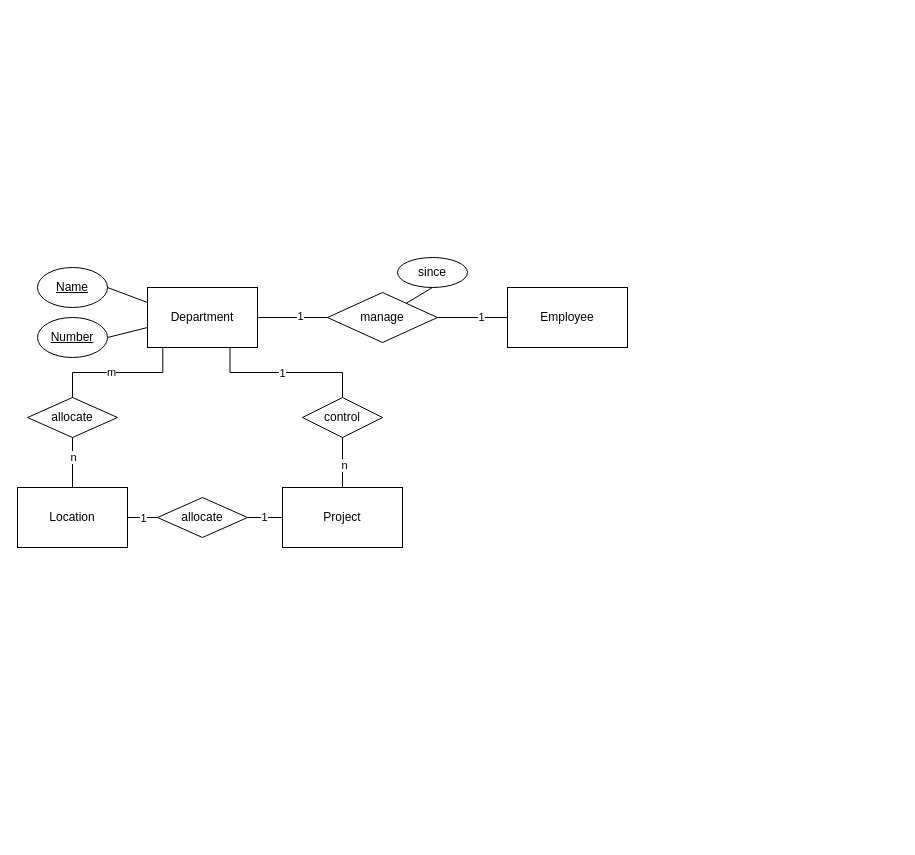
This is Construction company.drawio from nuo-li/Examples, a draw.io file, before an edit. Source tidied: cells renumbered, new cells numbered last; positions are measured from the earlier drawing's top-left corner, leaving out a move shared by most shapes. Both pictures are drawn from the tidied source at 100%, with x=0, y=0 at pixel (17, 257).
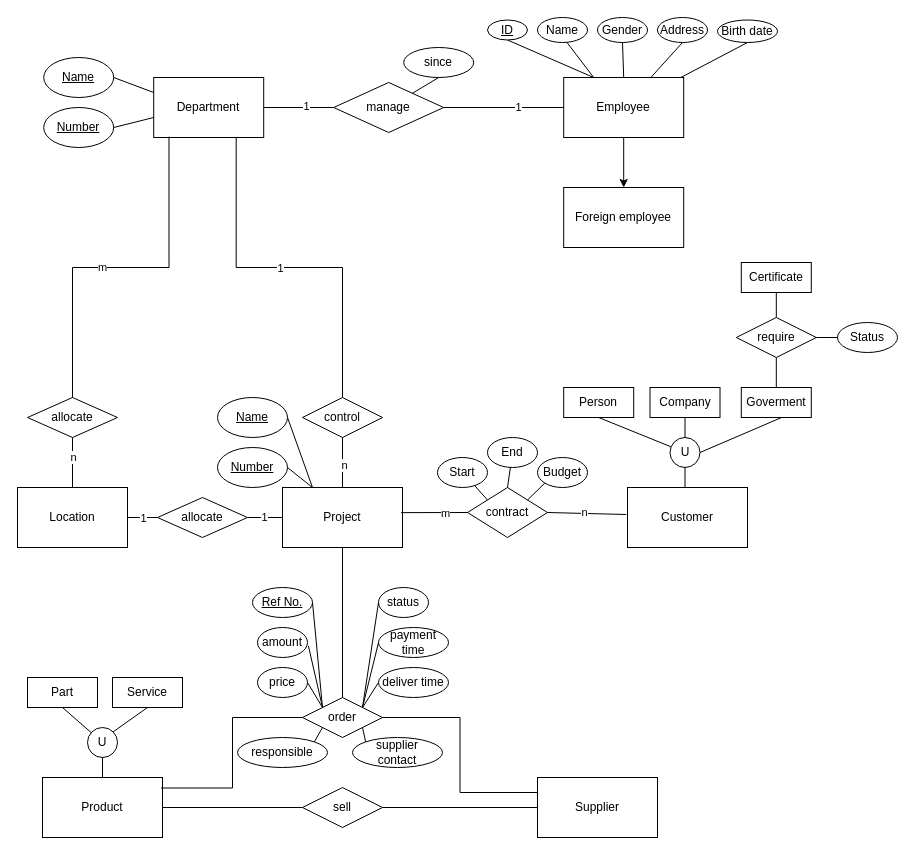
After the change.

The change refers to these unchanged cells:
```xml
<mxCell id="25" value="Project" style="rounded=0;whiteSpace=wrap;html=1;" parent="1" vertex="1">
  <mxGeometry x="265" y="230" width="120" height="60" as="geometry" />
</mxCell>
```

Change to the diagram source:
```diff
@@
     <mxCell id="4" value="Department" style="rounded=0;whiteSpace=wrap;html=1;" parent="1" vertex="1">
-      <mxGeometry x="130" y="30" width="110" height="60" as="geometry" />
+      <mxGeometry x="136.2" y="-180" width="110" height="60" as="geometry" />
     </mxCell>
     <mxCell id="5" value="&lt;u&gt;Name&lt;/u&gt;" style="ellipse;whiteSpace=wrap;html=1;" parent="1" vertex="1">
-      <mxGeometry x="20" y="10" width="70" height="40" as="geometry" />
+      <mxGeometry x="26.2" y="-200" width="70" height="40" as="geometry" />
     </mxCell>
     <mxCell id="6" value="&lt;u&gt;Number&lt;/u&gt;" style="ellipse;whiteSpace=wrap;html=1;" parent="1" vertex="1">
-      <mxGeometry x="20" y="60" width="70" height="40" as="geometry" />
+      <mxGeometry x="26.2" y="-150" width="70" height="40" as="geometry" />
     </mxCell>
     <mxCell id="7" value="Employee" style="rounded=0;whiteSpace=wrap;html=1;" parent="1" vertex="1">
-      <mxGeometry x="490" y="30" width="120" height="60" as="geometry" />
+      <mxGeometry x="546.2" y="-180" width="120" height="60" as="geometry" />
     </mxCell>
     <mxCell id="8" value="manage" style="rhombus;whiteSpace=wrap;html=1;" parent="1" vertex="1">
-      <mxGeometry x="310" y="35" width="110" height="50" as="geometry" />
+      <mxGeometry x="316.2" y="-175" width="110" height="50" as="geometry" />
     </mxCell>
@@
     <mxCell id="10" style="endArrow=none;html=1;rounded=0;exitX=1;exitY=0.5;exitDx=0;exitDy=0;" parent="1" edge="1" source="6">
       <mxGeometry relative="1" as="geometry">
-        <mxPoint x="130" y="70" as="targetPoint" />
+        <mxPoint x="136.2" y="-140" as="targetPoint" />
       </mxGeometry>
     </mxCell>
@@
     <mxCell id="15" value="since" style="ellipse;whiteSpace=wrap;html=1;" parent="1" vertex="1">
-      <mxGeometry x="380" width="70" height="30" as="geometry" />
+      <mxGeometry x="386.2" y="-210" width="70" height="30" as="geometry" />
     </mxCell>
@@
+    <mxCell id="31" value="&lt;u&gt;Name&lt;/u&gt;" style="ellipse;whiteSpace=wrap;html=1;" parent="1" vertex="1">
+      <mxGeometry x="200" y="140" width="70" height="40" as="geometry" />
+    </mxCell>
+    <mxCell id="32" value="&lt;u&gt;Number&lt;/u&gt;" style="ellipse;whiteSpace=wrap;html=1;" parent="1" vertex="1">
+      <mxGeometry x="200" y="190" width="70" height="40" as="geometry" />
+    </mxCell>
+    <mxCell id="33" style="endArrow=none;html=1;rounded=0;entryX=1;entryY=0.5;entryDx=0;entryDy=0;exitX=0.25;exitY=0;exitDx=0;exitDy=0;" parent="1" edge="1" source="25" target="31">
+      <mxGeometry relative="1" as="geometry" />
+    </mxCell>
+    <mxCell id="34" style="endArrow=none;html=1;rounded=0;exitX=1;exitY=0.5;exitDx=0;exitDy=0;entryX=0.25;entryY=0;entryDx=0;entryDy=0;" parent="1" edge="1" source="32" target="25">
+      <mxGeometry relative="1" as="geometry" />
+    </mxCell>
+    <mxCell id="35" value="Supplier" style="rounded=0;whiteSpace=wrap;html=1;" parent="1" vertex="1">
+      <mxGeometry x="520" y="520" width="120" height="60" as="geometry" />
+    </mxCell>
+    <mxCell id="36" value="Product" style="rounded=0;whiteSpace=wrap;html=1;" parent="1" vertex="1">
+      <mxGeometry x="25" y="520" width="120" height="60" as="geometry" />
+    </mxCell>
+    <mxCell id="37" value="U" style="ellipse;whiteSpace=wrap;html=1;" parent="1" vertex="1">
+      <mxGeometry x="70" y="470" width="30" height="30" as="geometry" />
+    </mxCell>
+    <mxCell id="38" value="Part" style="rounded=0;whiteSpace=wrap;html=1;" parent="1" vertex="1">
+      <mxGeometry x="10" y="420" width="70" height="30" as="geometry" />
+    </mxCell>
+    <mxCell id="39" value="Service" style="rounded=0;whiteSpace=wrap;html=1;" parent="1" vertex="1">
+      <mxGeometry x="95" y="420" width="70" height="30" as="geometry" />
+    </mxCell>
+    <mxCell id="40" style="endArrow=none;html=1;rounded=0;entryX=0.5;entryY=1;entryDx=0;entryDy=0;" parent="1" edge="1" source="37" target="38">
+      <mxGeometry relative="1" as="geometry" />
+    </mxCell>
+    <mxCell id="41" style="endArrow=none;html=1;rounded=0;exitX=1;exitY=0;exitDx=0;exitDy=0;entryX=0.5;entryY=1;entryDx=0;entryDy=0;" parent="1" edge="1" source="37" target="39">
+      <mxGeometry relative="1" as="geometry" />
+    </mxCell>
+    <mxCell id="42" style="endArrow=none;html=1;rounded=0;exitX=0.5;exitY=0;exitDx=0;exitDy=0;entryX=0.5;entryY=1;entryDx=0;entryDy=0;" parent="1" edge="1" source="36" target="37">
+      <mxGeometry relative="1" as="geometry" />
+    </mxCell>
+    <mxCell id="43" value="sell" style="rhombus;whiteSpace=wrap;html=1;" parent="1" vertex="1">
+      <mxGeometry x="285" y="530" width="80" height="40" as="geometry" />
+    </mxCell>
+    <mxCell id="44" style="endArrow=none;html=1;rounded=0;exitX=1;exitY=0.5;exitDx=0;exitDy=0;" parent="1" edge="1" source="36" target="43">
+      <mxGeometry relative="1" as="geometry" />
+    </mxCell>
+    <mxCell id="45" style="endArrow=none;html=1;rounded=0;exitX=1;exitY=0.5;exitDx=0;exitDy=0;entryX=0;entryY=0.5;entryDx=0;entryDy=0;" parent="1" edge="1" source="43" target="35">
+      <mxGeometry relative="1" as="geometry" />
+    </mxCell>
+    <mxCell id="46" style="edgeStyle=orthogonalEdgeStyle;rounded=0;jettySize=auto;html=1;exitX=1;exitY=0.5;exitDx=0;exitDy=0;entryX=0;entryY=0.25;entryDx=0;entryDy=0;endArrow=none;endFill=0;" parent="1" edge="1" source="47" target="35">
+      <mxGeometry relative="1" as="geometry" />
+    </mxCell>
+    <mxCell id="47" value="order" style="rhombus;whiteSpace=wrap;html=1;" parent="1" vertex="1">
+      <mxGeometry x="285" y="440" width="80" height="40" as="geometry" />
+    </mxCell>
+    <mxCell id="48" style="endArrow=none;html=1;rounded=0;entryX=0.5;entryY=1;entryDx=0;entryDy=0;exitX=0.5;exitY=0;exitDx=0;exitDy=0;" parent="1" edge="1" source="47" target="25">
+      <mxGeometry relative="1" as="geometry" />
+    </mxCell>
+    <mxCell id="49" style="edgeStyle=orthogonalEdgeStyle;rounded=0;jettySize=auto;html=1;exitX=0.987;exitY=0.175;exitDx=0;exitDy=0;entryX=0;entryY=0.5;entryDx=0;entryDy=0;exitPerimeter=0;endArrow=none;endFill=0;" parent="1" edge="1" source="36" target="47">
+      <mxGeometry relative="1" as="geometry" />
+    </mxCell>
+    <mxCell id="50" value="&lt;u&gt;Ref No.&lt;/u&gt;" style="ellipse;whiteSpace=wrap;html=1;" parent="1" vertex="1">
+      <mxGeometry x="235" y="330" width="60" height="30" as="geometry" />
+    </mxCell>
+    <mxCell id="51" value="amount" style="ellipse;whiteSpace=wrap;html=1;" parent="1" vertex="1">
+      <mxGeometry x="240" y="370" width="50" height="30" as="geometry" />
+    </mxCell>
+    <mxCell id="52" value="price" style="ellipse;whiteSpace=wrap;html=1;" parent="1" vertex="1">
+      <mxGeometry x="240" y="410" width="50" height="30" as="geometry" />
+    </mxCell>
+    <mxCell id="53" value="status" style="ellipse;whiteSpace=wrap;html=1;" parent="1" vertex="1">
+      <mxGeometry x="361" y="330" width="50" height="30" as="geometry" />
+    </mxCell>
+    <mxCell id="54" value="payment time" style="ellipse;whiteSpace=wrap;html=1;" parent="1" vertex="1">
+      <mxGeometry x="361" y="370" width="70" height="30" as="geometry" />
+    </mxCell>
+    <mxCell id="55" value="deliver time" style="ellipse;whiteSpace=wrap;html=1;" parent="1" vertex="1">
+      <mxGeometry x="361" y="410" width="70" height="30" as="geometry" />
+    </mxCell>
+    <mxCell id="56" value="responsible" style="ellipse;whiteSpace=wrap;html=1;" parent="1" vertex="1">
+      <mxGeometry x="220" y="480" width="90" height="30" as="geometry" />
+    </mxCell>
+    <mxCell id="57" value="supplier&lt;div&gt;&lt;span style=&quot;background-color: initial;&quot;&gt;contact&lt;/span&gt;&lt;/div&gt;" style="ellipse;whiteSpace=wrap;html=1;" parent="1" vertex="1">
+      <mxGeometry x="335" y="480" width="90" height="30" as="geometry" />
+    </mxCell>
+    <mxCell id="58" style="endArrow=none;html=1;rounded=0;exitX=1;exitY=0.5;exitDx=0;exitDy=0;entryX=0;entryY=0;entryDx=0;entryDy=0;" parent="1" edge="1" source="50" target="47">
+      <mxGeometry relative="1" as="geometry" />
+    </mxCell>
+    <mxCell id="59" style="endArrow=none;html=1;rounded=0;exitX=1.018;exitY=0.61;exitDx=0;exitDy=0;exitPerimeter=0;entryX=0;entryY=0;entryDx=0;entryDy=0;" parent="1" edge="1" source="51" target="47">
+      <mxGeometry relative="1" as="geometry" />
+    </mxCell>
+    <mxCell id="60" style="endArrow=none;html=1;rounded=0;exitX=1;exitY=0.5;exitDx=0;exitDy=0;entryX=0;entryY=0;entryDx=0;entryDy=0;" parent="1" edge="1" source="52" target="47">
+      <mxGeometry relative="1" as="geometry" />
+    </mxCell>
+    <mxCell id="61" style="endArrow=none;html=1;rounded=0;entryX=0;entryY=0.5;entryDx=0;entryDy=0;exitX=1;exitY=0;exitDx=0;exitDy=0;" parent="1" edge="1" source="47" target="53">
+      <mxGeometry relative="1" as="geometry" />
+    </mxCell>
+    <mxCell id="62" style="endArrow=none;html=1;rounded=0;exitX=1;exitY=0;exitDx=0;exitDy=0;entryX=0;entryY=0.5;entryDx=0;entryDy=0;" parent="1" edge="1" source="47" target="54">
+      <mxGeometry relative="1" as="geometry" />
+    </mxCell>
+    <mxCell id="63" style="endArrow=none;html=1;rounded=0;exitX=1;exitY=0;exitDx=0;exitDy=0;entryX=0;entryY=0.5;entryDx=0;entryDy=0;" parent="1" edge="1" source="47" target="55">
+      <mxGeometry relative="1" as="geometry" />
+    </mxCell>
+    <mxCell id="64" style="endArrow=none;html=1;rounded=0;entryX=0;entryY=0;entryDx=0;entryDy=0;exitX=1;exitY=1;exitDx=0;exitDy=0;" parent="1" edge="1" source="47" target="57">
+      <mxGeometry relative="1" as="geometry" />
+    </mxCell>
+    <mxCell id="65" style="endArrow=none;html=1;rounded=0;exitX=1;exitY=0;exitDx=0;exitDy=0;entryX=0;entryY=1;entryDx=0;entryDy=0;" parent="1" edge="1" source="56" target="47">
+      <mxGeometry relative="1" as="geometry" />
+    </mxCell>
+    <mxCell id="66" value="Customer" style="rounded=0;whiteSpace=wrap;html=1;" parent="1" vertex="1">
+      <mxGeometry x="610" y="230" width="120" height="60" as="geometry" />
+    </mxCell>
+    <mxCell id="67" value="U" style="ellipse;whiteSpace=wrap;html=1;" parent="1" vertex="1">
+      <mxGeometry x="652.5" y="180" width="30" height="30" as="geometry" />
+    </mxCell>
+    <mxCell id="68" value="Person" style="rounded=0;whiteSpace=wrap;html=1;" parent="1" vertex="1">
+      <mxGeometry x="546.2" y="130" width="70" height="30" as="geometry" />
+    </mxCell>
+    <mxCell id="69" value="Company" style="rounded=0;whiteSpace=wrap;html=1;" parent="1" vertex="1">
+      <mxGeometry x="632.5" y="130" width="70" height="30" as="geometry" />
+    </mxCell>
+    <mxCell id="70" style="endArrow=none;html=1;rounded=0;entryX=0.5;entryY=1;entryDx=0;entryDy=0;" parent="1" edge="1" source="67" target="68">
+      <mxGeometry relative="1" as="geometry" />
+    </mxCell>
+    <mxCell id="71" style="endArrow=none;html=1;rounded=0;exitX=0.5;exitY=0;exitDx=0;exitDy=0;entryX=0.5;entryY=1;entryDx=0;entryDy=0;" parent="1" edge="1" source="67" target="69">
+      <mxGeometry relative="1" as="geometry" />
+    </mxCell>
+    <mxCell id="72" style="endArrow=none;html=1;rounded=0;exitX=0.5;exitY=0;exitDx=0;exitDy=0;entryX=0.5;entryY=1;entryDx=0;entryDy=0;" parent="1" edge="1" target="67">
+      <mxGeometry relative="1" as="geometry">
+        <mxPoint x="667.5" y="230" as="sourcePoint" />
+      </mxGeometry>
+    </mxCell>
+    <mxCell id="73" value="Goverment" style="rounded=0;whiteSpace=wrap;html=1;" parent="1" vertex="1">
+      <mxGeometry x="723.8" y="130" width="70" height="30" as="geometry" />
+    </mxCell>
+    <mxCell id="74" style="endArrow=none;html=1;rounded=0;entryX=0.58;entryY=0.996;entryDx=0;entryDy=0;entryPerimeter=0;exitX=1;exitY=0.5;exitDx=0;exitDy=0;" parent="1" edge="1" source="67" target="73">
+      <mxGeometry relative="1" as="geometry" />
+    </mxCell>
+    <mxCell id="75" value="contract" style="rhombus;whiteSpace=wrap;html=1;" parent="1" vertex="1">
+      <mxGeometry x="450" y="230" width="80" height="50" as="geometry" />
+    </mxCell>
+    <mxCell id="76" style="endArrow=none;html=1;rounded=0;exitX=0.988;exitY=0.419;exitDx=0;exitDy=0;exitPerimeter=0;entryX=0;entryY=0.5;entryDx=0;entryDy=0;" parent="1" edge="1" source="25" target="75">
+      <mxGeometry relative="1" as="geometry" />
+    </mxCell>
+    <mxCell id="77" value="m" style="edgeLabel;html=1;align=center;verticalAlign=middle;" parent="76" vertex="1">
+      <mxGeometry x="0.31" relative="1" as="geometry" />
+    </mxCell>
+    <mxCell id="78" style="endArrow=none;html=1;rounded=0;entryX=-0.01;entryY=0.45;entryDx=0;entryDy=0;entryPerimeter=0;exitX=1;exitY=0.5;exitDx=0;exitDy=0;" parent="1" edge="1" source="75" target="66">
+      <mxGeometry relative="1" as="geometry" />
+    </mxCell>
+    <mxCell id="79" value="n" style="edgeLabel;html=1;align=center;verticalAlign=middle;" parent="78" vertex="1">
+      <mxGeometry x="-0.08" y="1" relative="1" as="geometry" />
+    </mxCell>
+    <mxCell id="80" value="Start" style="ellipse;whiteSpace=wrap;html=1;" parent="1" vertex="1">
+      <mxGeometry x="420" y="200" width="50" height="30" as="geometry" />
+    </mxCell>
+    <mxCell id="81" value="End" style="ellipse;whiteSpace=wrap;html=1;" parent="1" vertex="1">
+      <mxGeometry x="470" y="180" width="50" height="30" as="geometry" />
+    </mxCell>
+    <mxCell id="82" value="Budget" style="ellipse;whiteSpace=wrap;html=1;" parent="1" vertex="1">
+      <mxGeometry x="520" y="200" width="50" height="30" as="geometry" />
+    </mxCell>
+    <mxCell id="83" style="endArrow=none;html=1;rounded=0;exitX=0;exitY=0;exitDx=0;exitDy=0;" parent="1" edge="1" source="75" target="80">
+      <mxGeometry relative="1" as="geometry" />
+    </mxCell>
+    <mxCell id="84" style="endArrow=none;html=1;rounded=0;exitX=0.5;exitY=0;exitDx=0;exitDy=0;" parent="1" edge="1" source="75" target="81">
+      <mxGeometry relative="1" as="geometry" />
+    </mxCell>
+    <mxCell id="85" style="endArrow=none;html=1;rounded=0;exitX=1;exitY=0;exitDx=0;exitDy=0;entryX=0;entryY=1;entryDx=0;entryDy=0;" parent="1" edge="1" source="75" target="82">
+      <mxGeometry relative="1" as="geometry" />
+    </mxCell>
+    <mxCell id="86" value="require" style="rhombus;whiteSpace=wrap;html=1;" parent="1" vertex="1">
+      <mxGeometry x="718.8" y="60" width="80" height="40" as="geometry" />
+    </mxCell>
+    <mxCell id="87" value="Certificate" style="rounded=0;whiteSpace=wrap;html=1;" parent="1" vertex="1">
+      <mxGeometry x="723.8" y="5" width="70" height="30" as="geometry" />
+    </mxCell>
+    <mxCell id="88" value="Status" style="ellipse;whiteSpace=wrap;html=1;" parent="1" vertex="1">
+      <mxGeometry x="820" y="65" width="60" height="30" as="geometry" />
+    </mxCell>
+    <mxCell id="89" style="endArrow=none;html=1;rounded=0;entryX=0.5;entryY=1;entryDx=0;entryDy=0;" parent="1" edge="1" source="86" target="87">
+      <mxGeometry relative="1" as="geometry" />
+    </mxCell>
+    <mxCell id="90" style="endArrow=none;html=1;rounded=0;entryX=0.5;entryY=1;entryDx=0;entryDy=0;exitX=0.5;exitY=0;exitDx=0;exitDy=0;" parent="1" edge="1" source="73" target="86">
+      <mxGeometry relative="1" as="geometry" />
+    </mxCell>
+    <mxCell id="91" style="endArrow=none;html=1;rounded=0;entryX=0;entryY=0.5;entryDx=0;entryDy=0;exitX=1;exitY=0.5;exitDx=0;exitDy=0;" parent="1" edge="1" source="86" target="88">
+      <mxGeometry relative="1" as="geometry" />
+    </mxCell>
+    <mxCell id="92" value="&lt;u&gt;ID&lt;/u&gt;" style="ellipse;whiteSpace=wrap;html=1;" parent="1" vertex="1">
+      <mxGeometry x="470" y="-237.5" width="40" height="20" as="geometry" />
+    </mxCell>
+    <mxCell id="93" value="Name" style="ellipse;whiteSpace=wrap;html=1;" parent="1" vertex="1">
+      <mxGeometry x="520" y="-240" width="50" height="25" as="geometry" />
+    </mxCell>
+    <mxCell id="94" value="Gender" style="ellipse;whiteSpace=wrap;html=1;" parent="1" vertex="1">
+      <mxGeometry x="580" y="-240" width="50" height="25" as="geometry" />
+    </mxCell>
+    <mxCell id="95" value="Address" style="ellipse;whiteSpace=wrap;html=1;" parent="1" vertex="1">
+      <mxGeometry x="640" y="-240" width="50" height="25" as="geometry" />
+    </mxCell>
+    <mxCell id="96" value="Birth date" style="ellipse;whiteSpace=wrap;html=1;" parent="1" vertex="1">
+      <mxGeometry x="700" y="-237.5" width="60" height="22.5" as="geometry" />
+    </mxCell>
+    <mxCell id="97" style="endArrow=none;html=1;rounded=0;entryX=0.5;entryY=1;entryDx=0;entryDy=0;exitX=0.25;exitY=0;exitDx=0;exitDy=0;" parent="1" edge="1" source="7" target="92">
+      <mxGeometry relative="1" as="geometry" />
+    </mxCell>
+    <mxCell id="98" style="endArrow=none;html=1;rounded=0;entryX=0.583;entryY=0.979;entryDx=0;entryDy=0;entryPerimeter=0;exitX=0.25;exitY=0;exitDx=0;exitDy=0;" parent="1" edge="1" source="7" target="93">
+      <mxGeometry relative="1" as="geometry" />
+    </mxCell>
+    <mxCell id="99" style="endArrow=none;html=1;rounded=0;entryX=0.5;entryY=1;entryDx=0;entryDy=0;exitX=0.5;exitY=0;exitDx=0;exitDy=0;" parent="1" edge="1" source="7" target="94">
+      <mxGeometry relative="1" as="geometry" />
+    </mxCell>
+    <mxCell id="100" style="endArrow=none;html=1;rounded=0;entryX=0.5;entryY=1;entryDx=0;entryDy=0;" parent="1" edge="1" source="7" target="95">
+      <mxGeometry relative="1" as="geometry" />
+    </mxCell>
+    <mxCell id="101" style="endArrow=none;html=1;rounded=0;entryX=0.5;entryY=1;entryDx=0;entryDy=0;" parent="1" edge="1" source="7" target="96">
+      <mxGeometry relative="1" as="geometry" />
+    </mxCell>
+    <mxCell id="102" value="Foreign employee" style="rounded=0;whiteSpace=wrap;html=1;" parent="1" vertex="1">
+      <mxGeometry x="546.2" y="-70" width="120" height="60" as="geometry" />
+    </mxCell>
+    <mxCell id="103" style="endArrow=classic;html=1;rounded=0;entryX=0.5;entryY=0;entryDx=0;entryDy=0;exitX=0.5;exitY=1;exitDx=0;exitDy=0;" parent="1" edge="1" source="7" target="102">
+      <mxGeometry relative="1" as="geometry" />
+    </mxCell>
```
